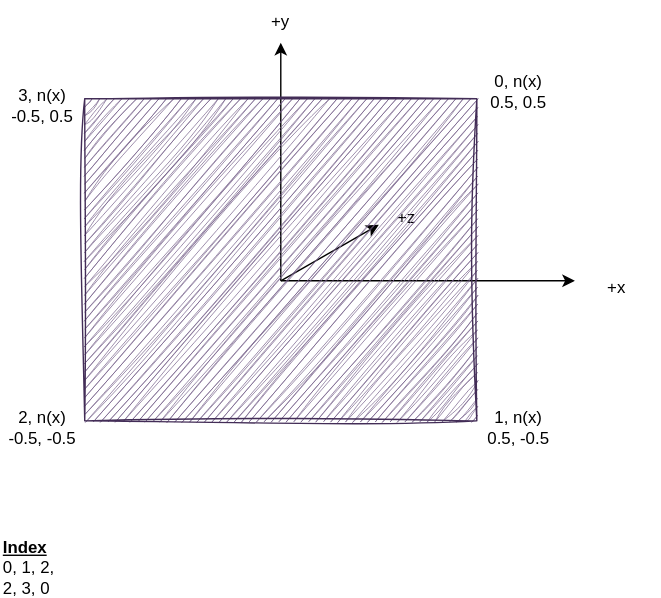
Pipe-Runner-Lab/dynalar_v2 keeps this draw.io diagram as docs/pre_mode_objects/plane/diagram.drawio.svg. Above is the earlier version. Source tidied: cells renumbered, new cells last; positions are measured from the earlier drawing's top-left corner, leaving out a move shared by most shapes.
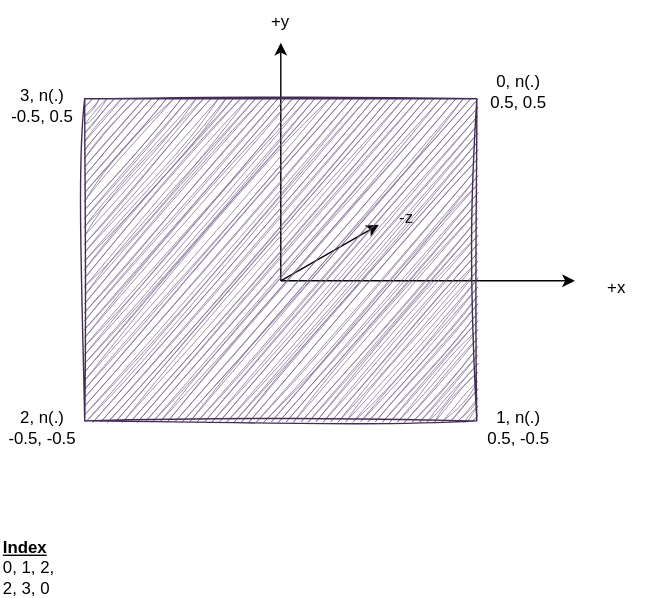
Later version of the same file.

What changed in the source:
```diff
@@ -2,7 +2,7 @@
   <root>
     <mxCell id="0" />
     <mxCell id="1" parent="0" />
-    <mxCell id="2" value="0, n(x)&lt;br&gt;0.5, 0.5" style="text;strokeColor=none;align=center;fillColor=none;html=1;verticalAlign=middle;whiteSpace=wrap;rounded=0;" parent="1" vertex="1">
+    <mxCell id="2" value="0, n(.)&lt;br&gt;0.5, 0.5" style="text;strokeColor=none;align=center;fillColor=none;html=1;verticalAlign=middle;whiteSpace=wrap;rounded=0;" parent="1" vertex="1">
       <mxGeometry x="340" y="50" width="60" height="30" as="geometry" />
     </mxCell>
     <mxCell id="3" style="endArrow=classic;html=1;entryX=0.5;entryY=1;entryDx=0;entryDy=0;" parent="1" edge="1" target="8">
@@ -25,26 +25,26 @@
     <mxCell id="6" value="+x" style="text;strokeColor=none;align=center;fillColor=none;html=1;verticalAlign=middle;whiteSpace=wrap;rounded=0;" parent="1" vertex="1">
       <mxGeometry x="410" y="190" width="60" height="30" as="geometry" />
     </mxCell>
-    <mxCell id="7" value="+z" style="text;strokeColor=none;align=center;fillColor=none;html=1;verticalAlign=middle;whiteSpace=wrap;rounded=0;" parent="1" vertex="1">
+    <mxCell id="7" value="-z" style="text;strokeColor=none;align=center;fillColor=none;html=1;verticalAlign=middle;whiteSpace=wrap;rounded=0;" parent="1" vertex="1">
       <mxGeometry x="260" y="140" width="60" height="30" as="geometry" />
     </mxCell>
     <mxCell id="8" value="+y" style="text;strokeColor=none;align=center;fillColor=none;html=1;verticalAlign=middle;whiteSpace=wrap;rounded=0;" parent="1" vertex="1">
       <mxGeometry x="170" width="60" height="30" as="geometry" />
     </mxCell>
-    <mxCell id="9" style="rounded=0;whiteSpace=wrap;html=1;fillColor=#76608a;fillStyle=auto;strokeColor=#432D57;fontColor=#ffffff;sketch=1;curveFitting=1;jiggle=2;" parent="1" vertex="1">
-      <mxGeometry x="60" y="70" width="280" height="230" as="geometry" />
-    </mxCell>
-    <mxCell id="10" value="1, n(x)&lt;br&gt;0.5, -0.5" style="text;strokeColor=none;align=center;fillColor=none;html=1;verticalAlign=middle;whiteSpace=wrap;rounded=0;" parent="1" vertex="1">
+    <mxCell id="10" value="1, n(.)&lt;br&gt;0.5, -0.5" style="text;strokeColor=none;align=center;fillColor=none;html=1;verticalAlign=middle;whiteSpace=wrap;rounded=0;" parent="1" vertex="1">
       <mxGeometry x="340" y="290" width="60" height="30" as="geometry" />
     </mxCell>
-    <mxCell id="11" value="2, n(x)&lt;br&gt;-0.5, -0.5" style="text;strokeColor=none;align=center;fillColor=none;html=1;verticalAlign=middle;whiteSpace=wrap;rounded=0;" parent="1" vertex="1">
+    <mxCell id="11" value="2, n(.)&lt;br&gt;-0.5, -0.5" style="text;strokeColor=none;align=center;fillColor=none;html=1;verticalAlign=middle;whiteSpace=wrap;rounded=0;" parent="1" vertex="1">
       <mxGeometry y="290" width="60" height="30" as="geometry" />
     </mxCell>
-    <mxCell id="12" value="3, n(x)&lt;br&gt;-0.5, 0.5" style="text;strokeColor=none;align=center;fillColor=none;html=1;verticalAlign=middle;whiteSpace=wrap;rounded=0;" parent="1" vertex="1">
+    <mxCell id="12" value="3, n(.)&lt;br&gt;-0.5, 0.5" style="text;strokeColor=none;align=center;fillColor=none;html=1;verticalAlign=middle;whiteSpace=wrap;rounded=0;" parent="1" vertex="1">
       <mxGeometry y="60" width="60" height="30" as="geometry" />
     </mxCell>
     <mxCell id="13" value="&lt;b&gt;&lt;u&gt;Index&lt;/u&gt;&lt;/b&gt;&lt;br&gt;0, 1, 2,&lt;br&gt;2, 3, 0" style="text;strokeColor=none;align=left;fillColor=none;html=1;verticalAlign=middle;whiteSpace=wrap;rounded=0;" parent="1" vertex="1">
       <mxGeometry y="390" width="60" height="30" as="geometry" />
     </mxCell>
+    <mxCell id="9" style="rounded=0;whiteSpace=wrap;html=1;fillColor=#76608a;fillStyle=auto;strokeColor=#432D57;fontColor=#ffffff;sketch=1;curveFitting=1;jiggle=2;" parent="1" vertex="1">
+      <mxGeometry x="60" y="70" width="280" height="230" as="geometry" />
+    </mxCell>
   </root>
 </mxGraphModel>
```
